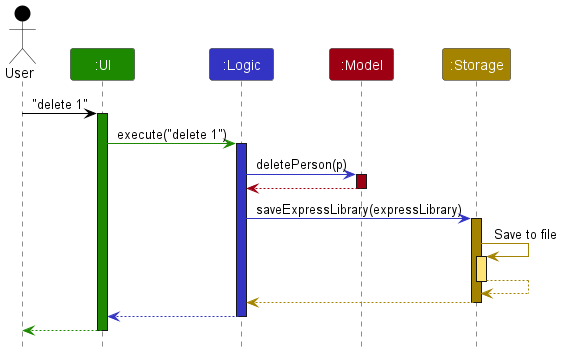
nus-cs2103-AY2223S2/tp keeps this PlantUML diagram as docs/images/ArchitectureSequenceDiagram.png. Above is the earlier version.
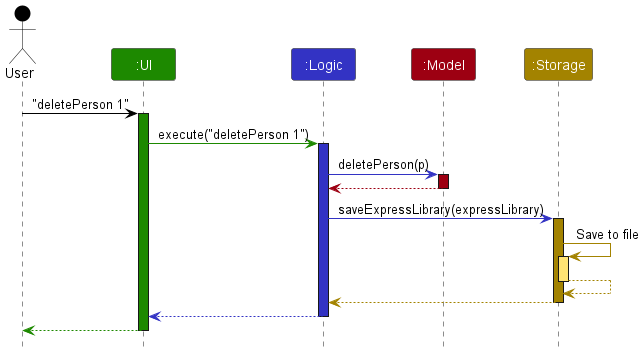
Later version of the same file.

Commit message:
Update UG and DG, modify sequence diagrams

The edit, as a diff of the source:
```diff
@@ -7,10 +7,10 @@
 Participant ":Model" as model MODEL_COLOR
 Participant ":Storage" as storage STORAGE_COLOR
 
-user -[USER_COLOR]> ui : "delete 1"
+user -[USER_COLOR]> ui : "deletePerson 1"
 activate ui UI_COLOR
 
-ui -[UI_COLOR]> logic : execute("delete 1")
+ui -[UI_COLOR]> logic : execute("deletePerson 1")
 activate logic LOGIC_COLOR
 
 logic -[LOGIC_COLOR]> model : deletePerson(p)
```
